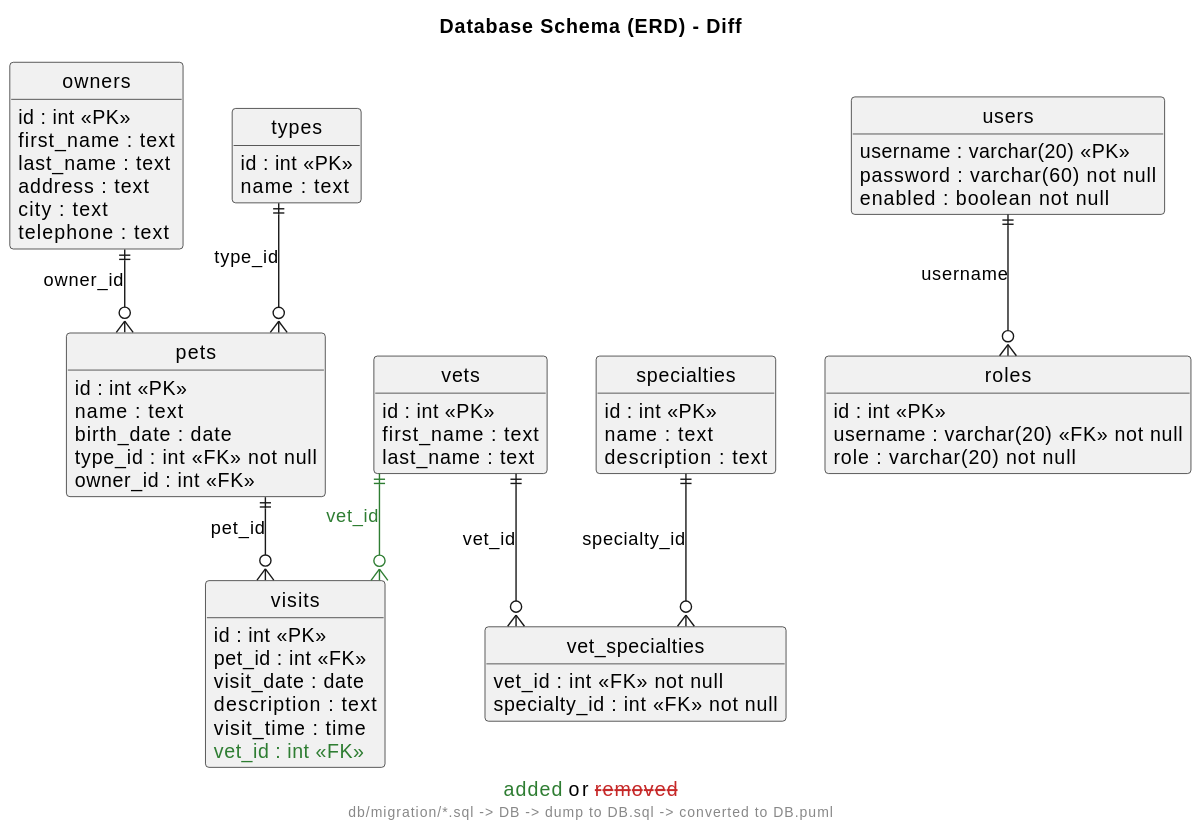
The PlantUML diagram demo/petclinic-visit-vet/assets/diagrams/petclinic-backend_docs_generated_DB.diff.svg in victorrentea/human-review, before a commit. Its diagram source:
```plantuml
@startuml
caption <color:#2E7D32>added</color> or <color:#C62828><s>removed</s></color>

title Database Schema (ERD) - Diff
footer db/migration/*.sql -> DB -> dump to DB.sql -> converted to DB.puml
hide circle
hide empty members
skinparam linetype ortho
entity "owners" as owners {
  {field} id : int <<PK>>
  {field} first_name : text
  {field} last_name : text
  {field} address : text
  {field} city : text
  {field} telephone : text
}
entity "pets" as pets {
  {field} id : int <<PK>>
  {field} name : text
  {field} birth_date : date
  {field} type_id : int <<FK>> not null
  {field} owner_id : int <<FK>>
}
entity "roles" as roles {
  {field} id : int <<PK>>
  {field} username : varchar(20) <<FK>> not null
  {field} role : varchar(20) not null
}
entity "specialties" as specialties {
  {field} id : int <<PK>>
  {field} name : text
  {field} description : text
}
entity "types" as types {
  {field} id : int <<PK>>
  {field} name : text
}
entity "users" as users {
  {field} username : varchar(20) <<PK>>
  {field} password : varchar(60) not null
  {field} enabled : boolean not null
}
entity "vet_specialties" as vet_specialties {
  {field} vet_id : int <<FK>> not null
  {field} specialty_id : int <<FK>> not null
}
entity "vets" as vets {
  {field} id : int <<PK>>
  {field} first_name : text
  {field} last_name : text
}
entity "visits" as visits {
  {field} id : int <<PK>>
  {field} pet_id : int <<FK>>
  {field} visit_date : date
  {field} description : text
  {field} visit_time : time
  <color:#2E7D32>{field} vet_id : int <<FK>></color>
}

owners ||--o{ pets : owner_id
pets ||--o{ visits : pet_id
specialties ||--o{ vet_specialties : specialty_id
types ||--o{ pets : type_id
users ||--o{ roles : username
vets ||--o{ vet_specialties : vet_id
vets ||-[#2E7D32]-o{ visits : <color:#2E7D32>vet_id</color>
@enduml
```
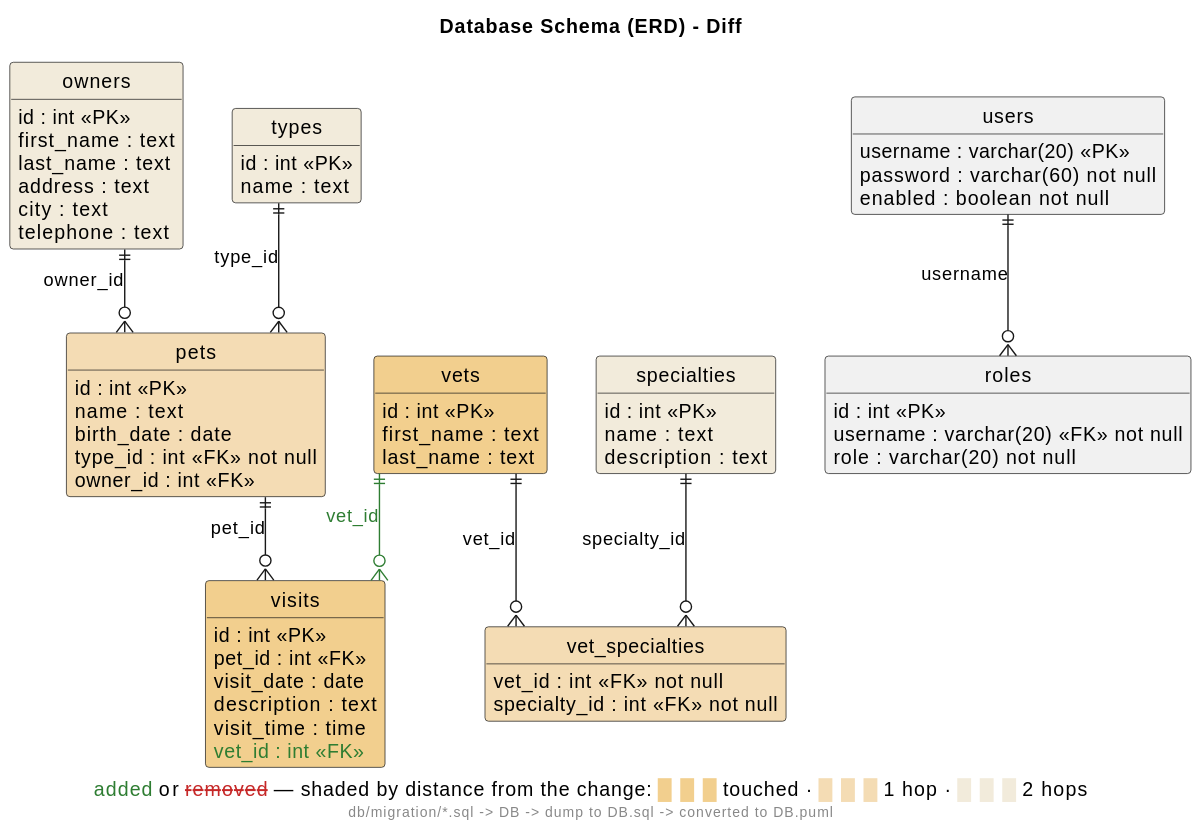
After the change.

Diff of the diagram source:
```diff
@@ -1,12 +1,12 @@
 @startuml
-caption <color:#2E7D32>added</color> or <color:#C62828><s>removed</s></color>
+caption <color:#2E7D32>added</color> or <color:#C62828><s>removed</s></color> — shaded by distance from the change: <color:#F2CF8E>███</color> touched · <color:#F4DCB4>███</color> 1 hop · <color:#F2EBDB>███</color> 2 hops
 
 title Database Schema (ERD) - Diff
 footer db/migration/*.sql -> DB -> dump to DB.sql -> converted to DB.puml
 hide circle
 hide empty members
 skinparam linetype ortho
-entity "owners" as owners {
+entity "owners" as owners #back:F2EBDB {
   {field} id : int <<PK>>
   {field} first_name : text
   {field} last_name : text
@@ -14,7 +14,7 @@
   {field} city : text
   {field} telephone : text
 }
-entity "pets" as pets {
+entity "pets" as pets #back:F4DCB4 {
   {field} id : int <<PK>>
   {field} name : text
   {field} birth_date : date
@@ -26,12 +26,12 @@
   {field} username : varchar(20) <<FK>> not null
   {field} role : varchar(20) not null
 }
-entity "specialties" as specialties {
+entity "specialties" as specialties #back:F2EBDB {
   {field} id : int <<PK>>
   {field} name : text
   {field} description : text
 }
-entity "types" as types {
+entity "types" as types #back:F2EBDB {
   {field} id : int <<PK>>
   {field} name : text
 }
@@ -40,16 +40,16 @@
   {field} password : varchar(60) not null
   {field} enabled : boolean not null
 }
-entity "vet_specialties" as vet_specialties {
+entity "vet_specialties" as vet_specialties #back:F4DCB4 {
   {field} vet_id : int <<FK>> not null
   {field} specialty_id : int <<FK>> not null
 }
-entity "vets" as vets {
+entity "vets" as vets #back:F2CF8E {
   {field} id : int <<PK>>
   {field} first_name : text
   {field} last_name : text
 }
-entity "visits" as visits {
+entity "visits" as visits #back:F2CF8E {
   {field} id : int <<PK>>
   {field} pet_id : int <<FK>>
   {field} visit_date : date
```
